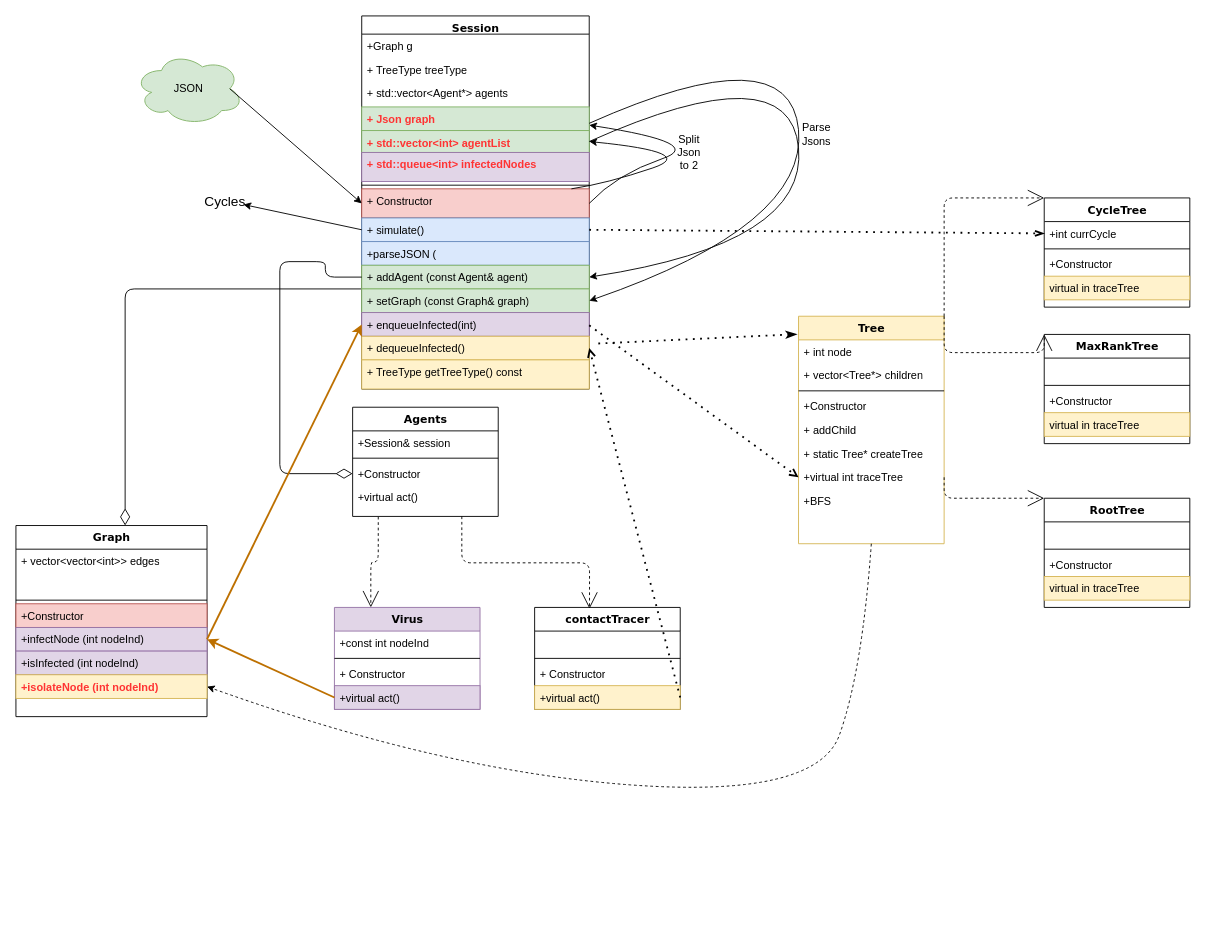
Avoz194/Advanced-Programing---Ass1 keeps this draw.io diagram as Untitled Diagram.drawio. Above is the earlier version. Source tidied: cells renumbered, new cells numbered last; positions are measured from the earlier drawing's top-left corner, leaving out a move shared by most shapes. Both pictures are drawn from the tidied source at 91%, with x=0, y=0 at pixel (15, 15).
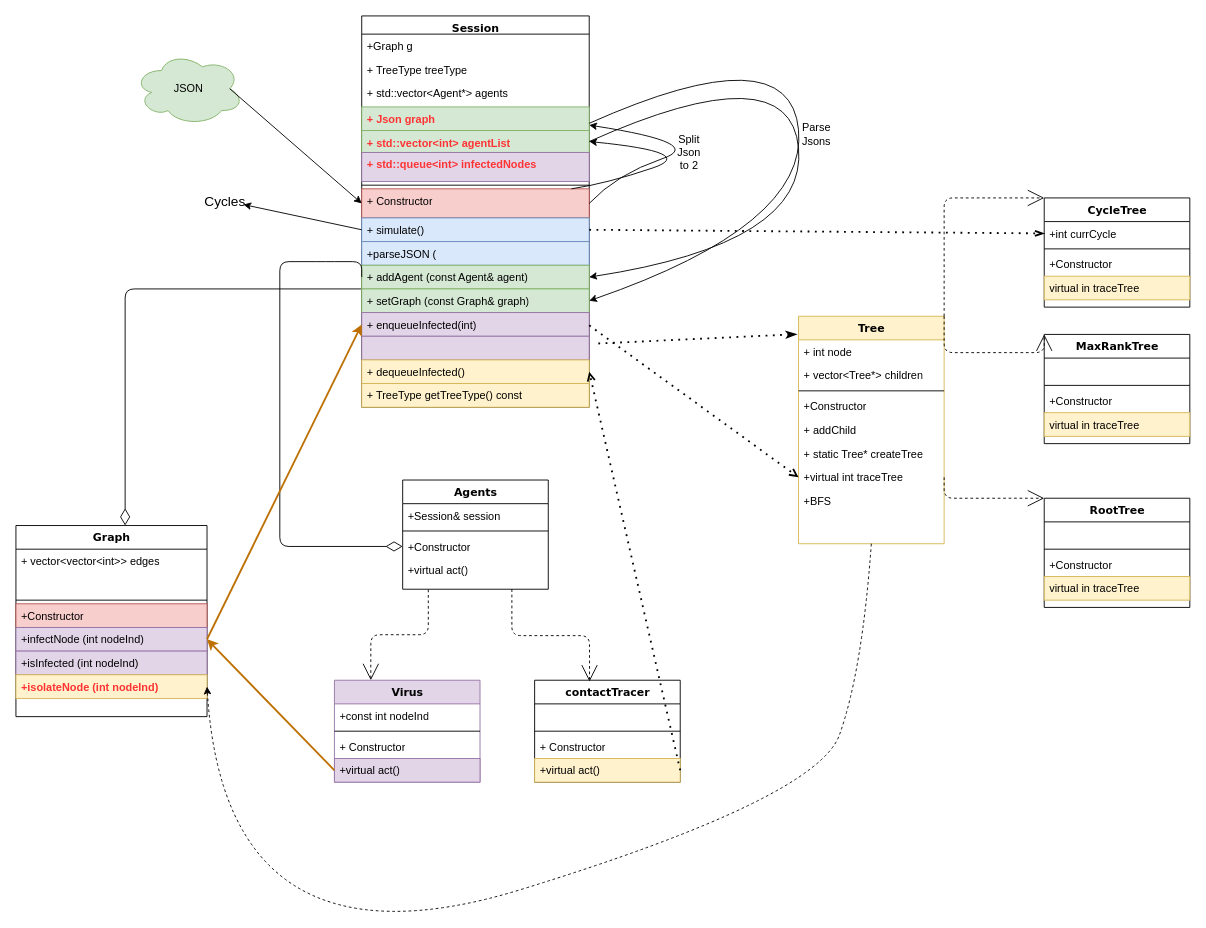
The same diagram, later.

The change refers to these unchanged cells:
```xml
<mxCell id="23" value="Tree" style="swimlane;html=1;fontStyle=1;align=center;verticalAlign=top;horizontal=1;startSize=26;swimlaneFillColor=#ffffff;rounded=0;shadow=0;comic=0;labelBackgroundColor=none;strokeWidth=1;fillColor=#fff2cc;fontFamily=Verdana;fontSize=12;strokeColor=#d6b656;" parent="1" vertex="1">
  <mxGeometry x="860" y="330" width="160" height="250" as="geometry" />
</mxCell>
<mxCell id="39" value="+isolateNode (int nodeInd)" style="text;html=1;strokeColor=#d6b656;fillColor=#fff2cc;align=left;verticalAlign=top;spacingLeft=4;spacingRight=4;whiteSpace=wrap;overflow=hidden;points=[[0,0.5],[1,0.5]];portConstraint=eastwest;fontColor=#FF3333;fontStyle=1;" parent="32" vertex="1">
  <mxGeometry y="164" width="210" height="26" as="geometry" />
</mxCell>
```

The edit, as a diff of the source:
```diff
@@
     <mxCell id="3" value="Session" style="swimlane;html=1;fontStyle=1;align=center;verticalAlign=top;horizontal=1;startSize=20;swimlaneFillColor=#ffffff;rounded=0;shadow=0;comic=0;labelBackgroundColor=none;strokeWidth=1;fillColor=none;fontFamily=Verdana;fontSize=12;" parent="1" vertex="1">
-      <mxGeometry x="380" width="250" height="410" as="geometry" />
+      <mxGeometry x="380" width="250" height="430" as="geometry" />
     </mxCell>
@@
+    <mxCell id="89" style="text;html=1;align=left;verticalAlign=top;spacingLeft=4;spacingRight=4;whiteSpace=wrap;overflow=hidden;fillColor=#e1d5e7;strokeColor=#9673a6;" parent="3" vertex="1">
+      <mxGeometry y="352" width="250" height="26" as="geometry" />
+    </mxCell>
     <mxCell id="17" value="+ dequeueInfected()" style="text;html=1;align=left;verticalAlign=top;spacingLeft=4;spacingRight=4;whiteSpace=wrap;overflow=hidden;points=[[0,0.5],[1,0.5]];portConstraint=eastwest;fillColor=#fff2cc;strokeColor=#d6b656;" parent="3" vertex="1">
-      <mxGeometry y="352" width="250" height="26" as="geometry" />
+      <mxGeometry y="378" width="250" height="26" as="geometry" />
     </mxCell>
     <mxCell id="18" value="+ TreeType getTreeType() const" style="text;html=1;strokeColor=#d6b656;fillColor=#fff2cc;align=left;verticalAlign=top;spacingLeft=4;spacingRight=4;whiteSpace=wrap;overflow=hidden;" parent="3" vertex="1">
-      <mxGeometry y="378" width="250" height="32" as="geometry" />
+      <mxGeometry y="404" width="250" height="26" as="geometry" />
     </mxCell>
@@
     <mxCell id="40" value="Agents" style="swimlane;html=1;fontStyle=1;align=center;verticalAlign=top;horizontal=1;startSize=26;swimlaneFillColor=#ffffff;rounded=0;shadow=0;comic=0;labelBackgroundColor=none;strokeWidth=1;fillColor=none;fontFamily=Verdana;fontSize=12;" parent="1" vertex="1">
-      <mxGeometry x="370" y="430" width="160" height="120" as="geometry" />
+      <mxGeometry x="425" y="510" width="160" height="120" as="geometry" />
     </mxCell>
@@
     <mxCell id="45" value="Virus" style="swimlane;html=1;fontStyle=1;align=center;verticalAlign=top;horizontal=1;startSize=26;swimlaneFillColor=#ffffff;rounded=0;shadow=0;comic=0;labelBackgroundColor=none;strokeWidth=1;fillColor=#e1d5e7;fontFamily=Verdana;fontSize=12;strokeColor=#9673a6;" parent="1" vertex="1">
-      <mxGeometry x="350" y="650" width="160" height="112" as="geometry" />
+      <mxGeometry x="350" y="730" width="160" height="112" as="geometry" />
     </mxCell>
@@
     <mxCell id="50" value="contactTracer" style="swimlane;html=1;fontStyle=1;align=center;verticalAlign=top;horizontal=1;startSize=26;swimlaneFillColor=#ffffff;rounded=0;shadow=0;comic=0;labelBackgroundColor=none;strokeWidth=1;fillColor=none;fontFamily=Verdana;fontSize=12;" parent="1" vertex="1">
-      <mxGeometry x="570" y="650" width="160" height="112" as="geometry" />
+      <mxGeometry x="570" y="730" width="160" height="112" as="geometry" />
     </mxCell>
@@
     <mxCell id="88" style="curved=1;endArrow=classic;html=1;strokeWidth=1;exitX=0.5;exitY=1;exitDx=0;exitDy=0;entryX=1;entryY=0.5;entryDx=0;entryDy=0;dashed=1;" parent="1" edge="1" source="23" target="39">
       <mxGeometry relative="1" as="geometry">
         <Array as="points">
           <mxPoint x="930" y="720" />
           <mxPoint x="880" y="860" />
-          <mxPoint x="470" y="830" />
+          <mxPoint x="230" y="1060" />
         </Array>
       </mxGeometry>
     </mxCell>
```
